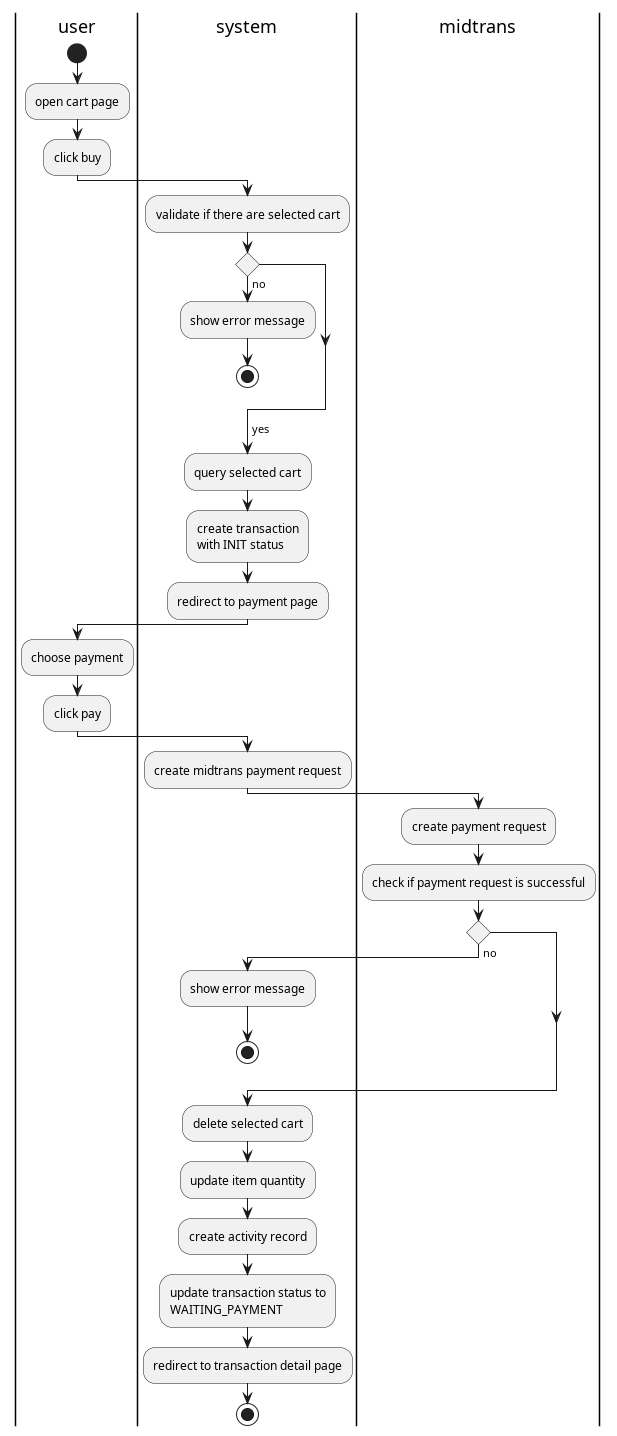
Above: thesis/latex/diagram/activity diagram/15. transaction/create transcation/create transcation.png in aldihsuhandi/skripsi-2023 (PlantUML), before the change.
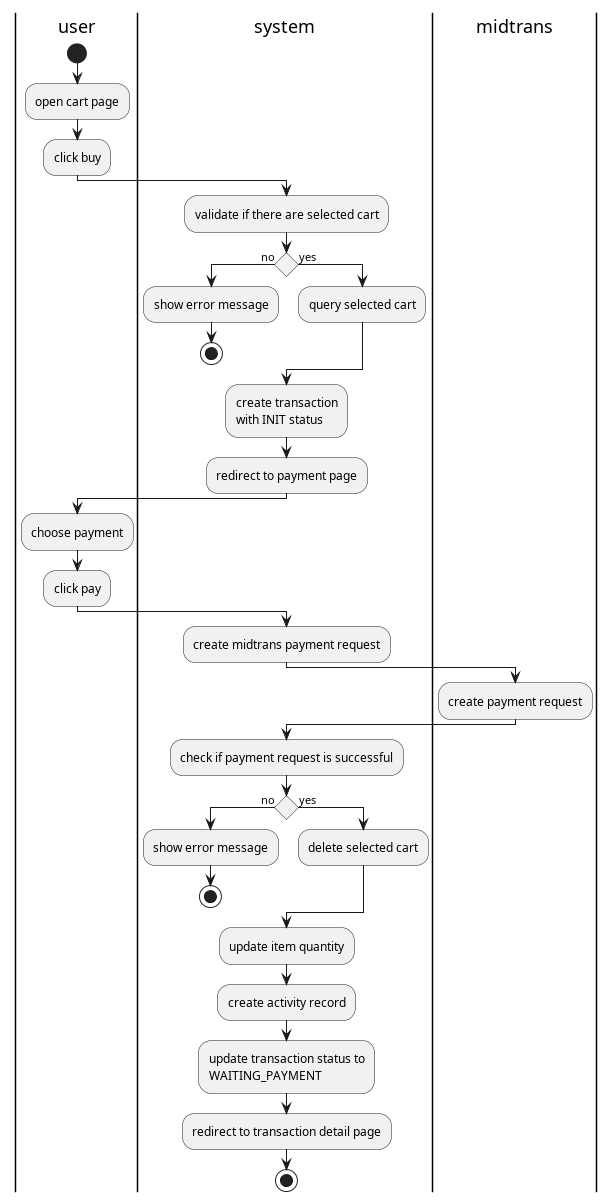
Above is the later version.

The edit, as a diff of the source:
```diff
@@ -7,11 +7,11 @@
 |system|
 :validate if there are selected cart;
 if () then (no)
-:show error message;
-stop
+    :show error message;
+    stop
+else (yes)
+    :query selected cart;
 endif
--> yes;
-:query selected cart;
 :create transaction\nwith INIT status;
 :redirect to payment page;
 |user|
@@ -21,14 +21,14 @@
 :create midtrans payment request;
 |midtrans|
 :create payment request;
+|system|
 :check if payment request is successful;
 if () then (no)
-|system|
-:show error message;
-stop
+    :show error message;
+    stop
+else (yes)
+    :delete selected cart;
 endif
-|system|
-:delete selected cart;
 :update item quantity;
 :create activity record;
 :update transaction status to\nWAITING_PAYMENT;
```
